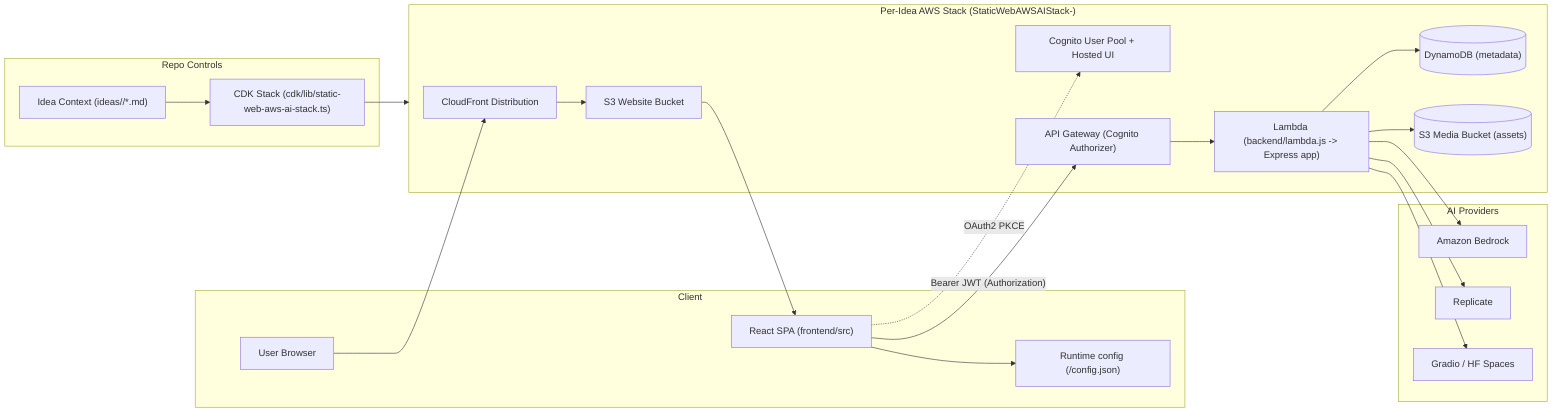
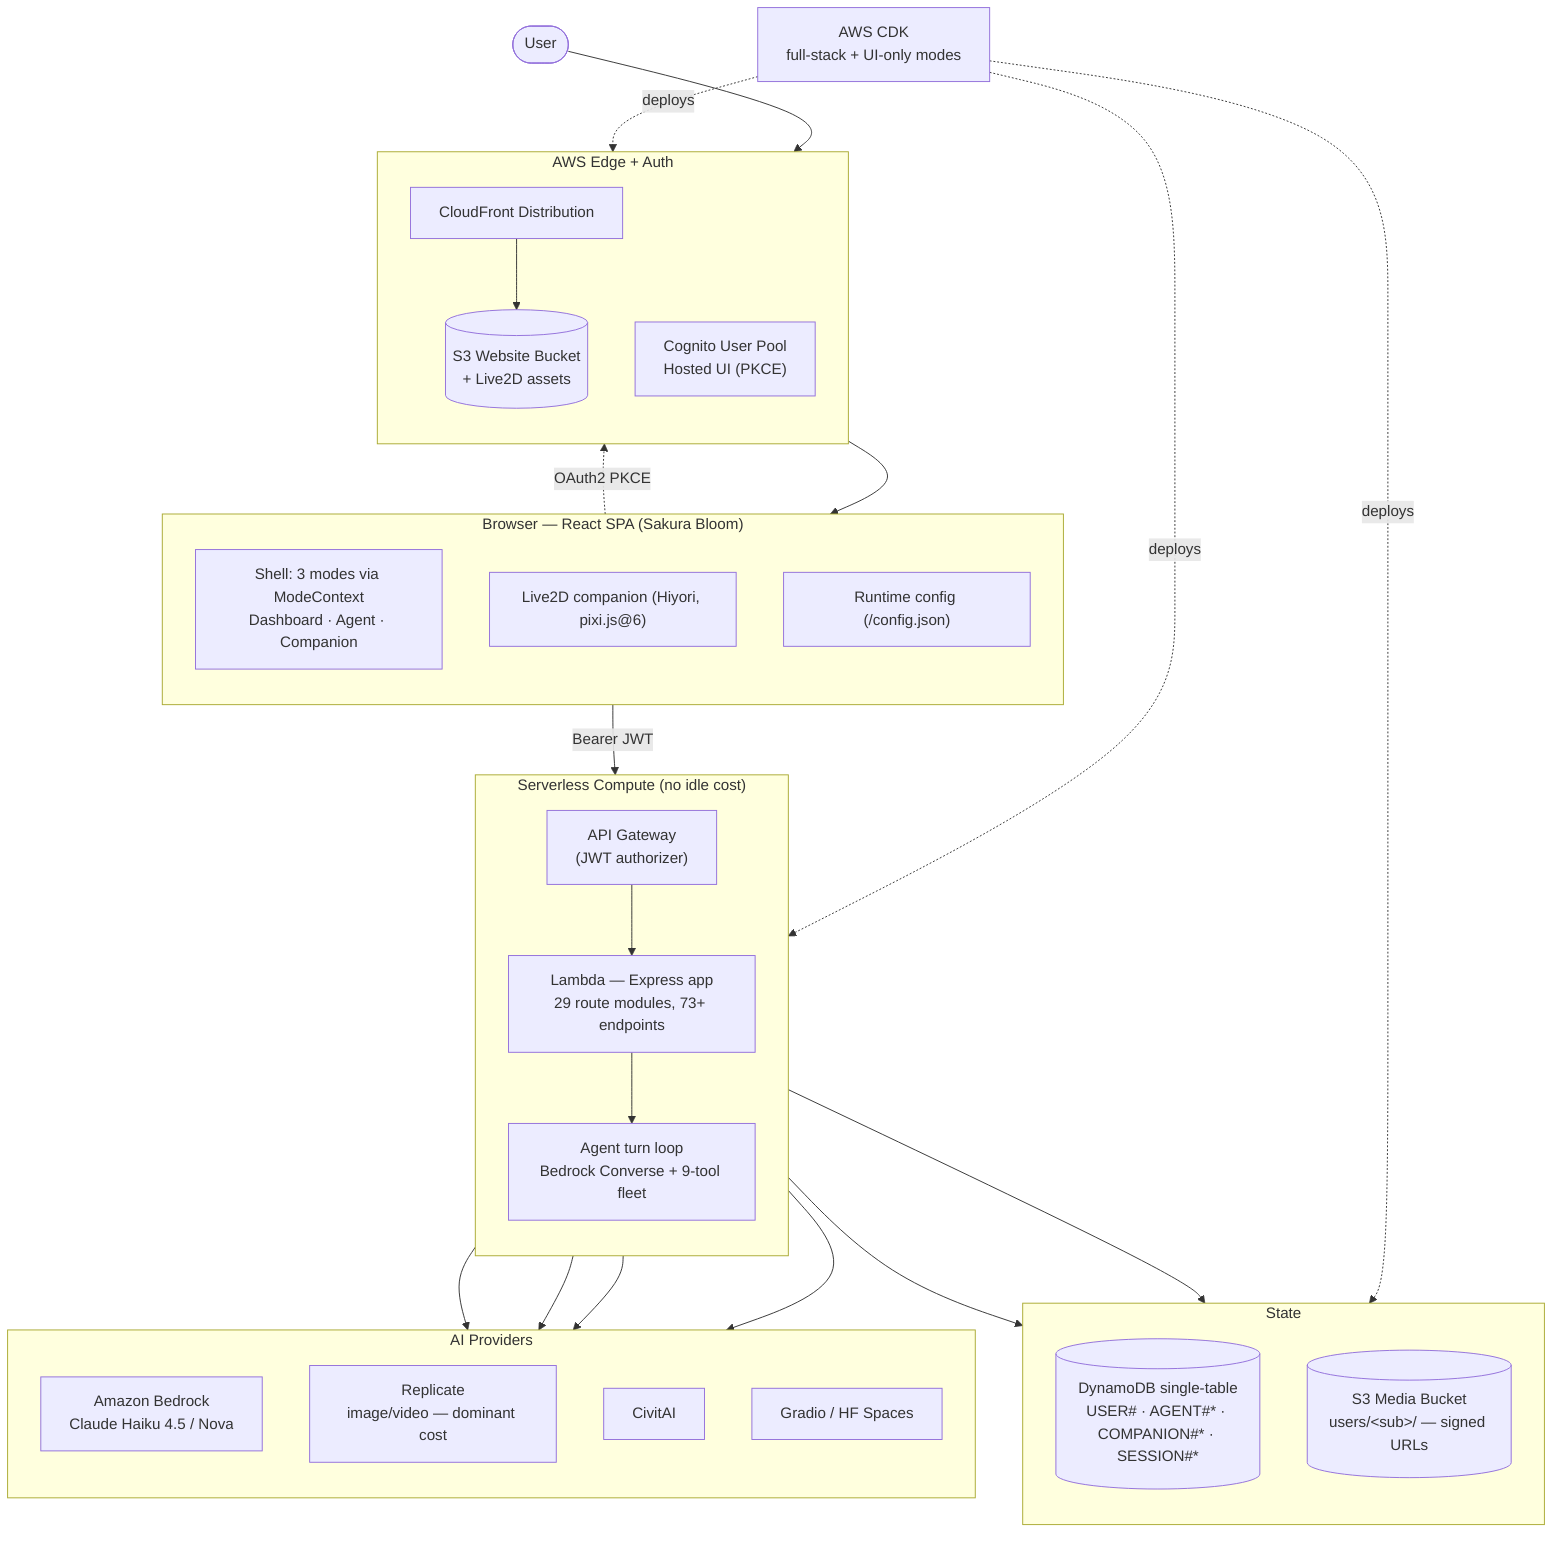
- flowchart LR
-   subgraph CLIENT["Client"]
-     USER["User Browser"]
-     SPA["React SPA (frontend/src)"]
-     CFG["Runtime config (/config.json)"]
+ %% Whisk Studio — system & deployment diagram
+ %% Source of truth for docs/architecture-current.svg|png (rendered via mermaid-cli).
+ %% Render: see scripts/render-diagrams.sh
+ flowchart TB
+   USER([User])
+ 
+   subgraph CLIENT["Browser — React SPA (Sakura Bloom)"]
+     direction TB
+     SHELL["Shell: 3 modes via ModeContext<br/>Dashboard · Agent · Companion"]
+     LIVE2D["Live2D companion (Hiyori, pixi.js@6)"]
+     CFGJS["Runtime config (/config.json)"]
  end

-   subgraph AWS_STACK["Per-Idea AWS Stack (StaticWebAWSAIStack-<idea-id>)"]
+   subgraph EDGE["AWS Edge + Auth"]
+     direction TB
    CF["CloudFront Distribution"]
-     WEB_S3["S3 Website Bucket"]
-     COG["Cognito User Pool + Hosted UI"]
-     API_GW["API Gateway (Cognito Authorizer)"]
-     LAMBDA["Lambda (backend/lambda.js -> Express app)"]
-     DATA_DDB[("DynamoDB (metadata)")]
-     MEDIA_S3[("S3 Media Bucket (assets)")]
+     WEBS3[("S3 Website Bucket<br/>+ Live2D assets")]
+     COG["Cognito User Pool<br/>Hosted UI (PKCE)"]
+   end
+ 
+   subgraph COMPUTE["Serverless Compute (no idle cost)"]
+     direction TB
+     APIGW["API Gateway<br/>(JWT authorizer)"]
+     LAMBDA["Lambda — Express app<br/>29 route modules, 73+ endpoints"]
+     AGENT["Agent turn loop<br/>Bedrock Converse + 9-tool fleet"]
+   end
+ 
+   subgraph DATA["State"]
+     direction TB
+     DDB[("DynamoDB single-table<br/>USER# · AGENT#* · COMPANION#* · SESSION#*")]
+     MEDIAS3[("S3 Media Bucket<br/>users/&lt;sub&gt;/ — signed URLs")]
  end

  subgraph AI["AI Providers"]
-     BEDROCK["Amazon Bedrock"]
-     REPLICATE["Replicate"]
+     direction TB
+     BEDROCK["Amazon Bedrock<br/>Claude Haiku 4.5 / Nova"]
+     REPLICATE["Replicate<br/>image/video — dominant cost"]
+     CIVITAI["CivitAI"]
    GRADIO["Gradio / HF Spaces"]
  end

-   subgraph REPO["Repo Controls"]
-     CDK["CDK Stack (cdk/lib/static-web-aws-ai-stack.ts)"]
-     IDEA_DOCS["Idea Context (ideas/<idea-id>/*.md)"]
-   end
+   CDK["AWS CDK<br/>full-stack + UI-only modes"]

  USER --> CF
-   CF --> WEB_S3
-   WEB_S3 --> SPA
-   SPA --> CFG
- 
-   SPA -. OAuth2 PKCE .-> COG
-   SPA -- "Bearer JWT (Authorization)" --> API_GW
-   API_GW --> LAMBDA
- 
-   LAMBDA --> DATA_DDB
-   LAMBDA --> MEDIA_S3
- 
-   LAMBDA --> BEDROCK
+   CF --> WEBS3
+   WEBS3 --> SHELL
+   SHELL -. "OAuth2 PKCE" .-> COG
+   SHELL -- "Bearer JWT" --> APIGW
+   APIGW --> LAMBDA
+   LAMBDA --> AGENT
+   LAMBDA --> DDB
+   LAMBDA --> MEDIAS3
+   AGENT --> BEDROCK
  LAMBDA --> REPLICATE
+   LAMBDA --> CIVITAI
  LAMBDA --> GRADIO

-   CDK --> AWS_STACK
-   IDEA_DOCS --> CDK
+   CDK -. "deploys" .-> EDGE
+   CDK -. "deploys" .-> COMPUTE
+   CDK -. "deploys" .-> DATA
